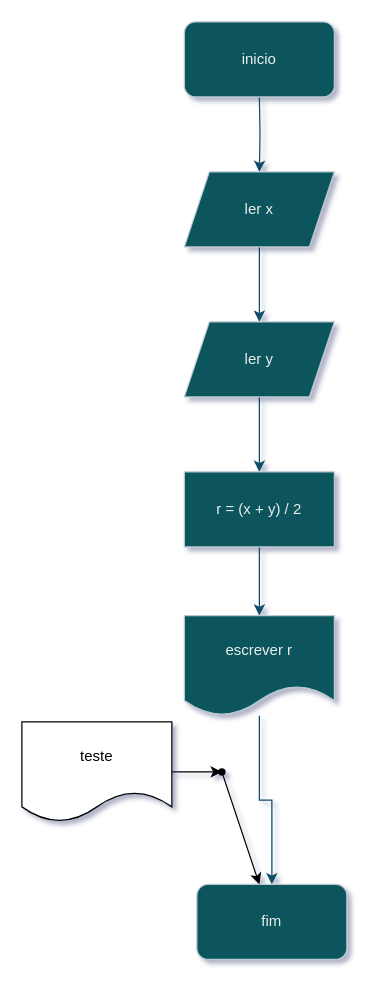
The draw.io diagram ucs/uc00245-desenvolver_algoritmos/exercicios/exercicioMedia.drawio in josecarlosgoncalves/cet, before the edit. Source tidied: cells renumbered, new cells numbered last; positions are measured from the earlier drawing's top-left corner, leaving out a move shared by most shapes. Both pictures are drawn from the tidied source at 125%, with x=0, y=0 at pixel (21, 21).
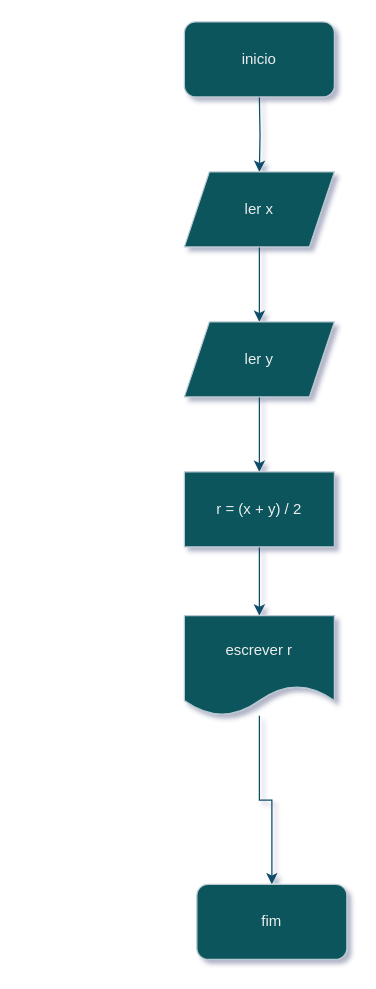
Above is the later version.

Diff of the diagram source:
```diff
@@
 <mxGraphModel shadow="1">
   <root>
     <mxCell id="0" />
     <mxCell id="1" parent="0" />
     <mxCell id="2" style="edgeStyle=orthogonalEdgeStyle;rounded=0;jettySize=auto;html=1;labelBackgroundColor=none;strokeColor=#0B4D6A;fontColor=default;" parent="1" edge="1" target="4">
       <mxGeometry relative="1" as="geometry">
         <mxPoint x="190" y="60" as="sourcePoint" />
       </mxGeometry>
     </mxCell>
     <mxCell id="3" style="edgeStyle=orthogonalEdgeStyle;rounded=0;jettySize=auto;html=1;labelBackgroundColor=none;strokeColor=#0B4D6A;fontColor=default;" parent="1" edge="1" source="4" target="6">
       <mxGeometry relative="1" as="geometry" />
     </mxCell>
     <mxCell id="4" value="ler x" style="shape=parallelogram;perimeter=parallelogramPerimeter;whiteSpace=wrap;html=1;fixedSize=1;labelBackgroundColor=none;fillColor=#09555B;strokeColor=#BAC8D3;fontColor=#EEEEEE;" parent="1" vertex="1">
       <mxGeometry x="130" y="120" width="120" height="60" as="geometry" />
     </mxCell>
     <mxCell id="5" style="edgeStyle=orthogonalEdgeStyle;rounded=0;jettySize=auto;html=1;labelBackgroundColor=none;strokeColor=#0B4D6A;fontColor=default;" parent="1" edge="1" source="6" target="8">
       <mxGeometry relative="1" as="geometry" />
     </mxCell>
     <mxCell id="6" value="ler y" style="shape=parallelogram;perimeter=parallelogramPerimeter;whiteSpace=wrap;html=1;fixedSize=1;labelBackgroundColor=none;fillColor=#09555B;strokeColor=#BAC8D3;fontColor=#EEEEEE;" parent="1" vertex="1">
       <mxGeometry x="130" y="240" width="120" height="60" as="geometry" />
     </mxCell>
     <mxCell id="7" style="edgeStyle=orthogonalEdgeStyle;rounded=0;jettySize=auto;html=1;labelBackgroundColor=none;strokeColor=#0B4D6A;fontColor=default;" parent="1" edge="1" source="8" target="10">
       <mxGeometry relative="1" as="geometry" />
     </mxCell>
     <mxCell id="8" value="r = (x + y) / 2" style="rounded=0;whiteSpace=wrap;html=1;labelBackgroundColor=none;fillColor=#09555B;strokeColor=#BAC8D3;fontColor=#EEEEEE;" parent="1" vertex="1">
       <mxGeometry x="130" y="360" width="120" height="60" as="geometry" />
     </mxCell>
     <mxCell id="9" style="edgeStyle=orthogonalEdgeStyle;rounded=0;jettySize=auto;html=1;labelBackgroundColor=none;strokeColor=#0B4D6A;fontColor=default;" parent="1" edge="1" source="10" target="12">
       <mxGeometry relative="1" as="geometry" />
     </mxCell>
     <mxCell id="10" value="escrever r" style="shape=document;whiteSpace=wrap;html=1;boundedLbl=1;labelBackgroundColor=none;fillColor=#09555B;strokeColor=#BAC8D3;fontColor=#EEEEEE;" parent="1" vertex="1">
       <mxGeometry x="130" y="475" width="120" height="80" as="geometry" />
     </mxCell>
     <mxCell id="11" value="inicio" style="rounded=1;whiteSpace=wrap;html=1;labelBackgroundColor=none;fillColor=#09555B;strokeColor=#BAC8D3;fontColor=#EEEEEE;" parent="1" vertex="1">
       <mxGeometry x="130" width="120" height="60" as="geometry" />
     </mxCell>
     <mxCell id="12" value="fim" style="rounded=1;whiteSpace=wrap;html=1;labelBackgroundColor=none;fillColor=#09555B;strokeColor=#BAC8D3;fontColor=#EEEEEE;" parent="1" vertex="1">
       <mxGeometry x="140" y="690" width="120" height="60" as="geometry" />
     </mxCell>
-    <mxCell id="13" style="edgeStyle=none;html=1;" parent="1" edge="1" source="14" target="16">
-      <mxGeometry relative="1" as="geometry" />
-    </mxCell>
-    <mxCell id="14" value="teste" style="shape=document;whiteSpace=wrap;html=1;boundedLbl=1;" parent="1" vertex="1">
-      <mxGeometry y="560" width="120" height="80" as="geometry" />
-    </mxCell>
-    <mxCell id="15" style="edgeStyle=none;html=1;" parent="1" edge="1" source="16" target="12">
-      <mxGeometry relative="1" as="geometry" />
-    </mxCell>
-    <mxCell id="16" style="shape=waypoint;sketch=0;size=6;points=[];fillColor=default;perimeter=centerPerimeter;snapToPoint=1;" parent="1" vertex="1">
-      <mxGeometry x="150" y="590" width="20" height="20" as="geometry" />
-    </mxCell>
   </root>
 </mxGraphModel>
```
